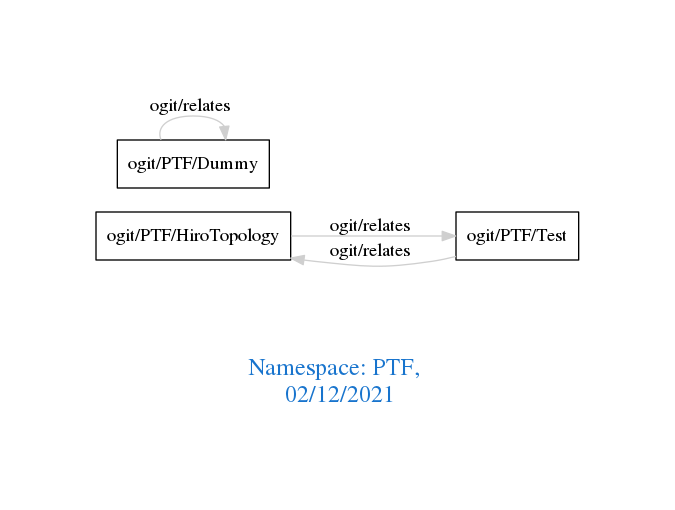
Earlier version of the Graphviz export downloads/PTF.png (arago/OGIT). Its source is kept beside it as downloads/PTF.dot.
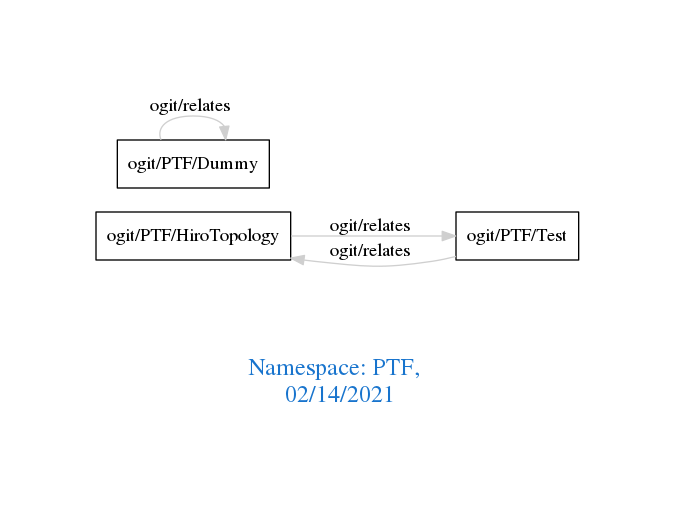
The same file after the commit.

Change to the diagram source:
```diff
@@ -1,7 +1,7 @@
 digraph OGIT_ontology {
  graph [ rankdir= LR,pad=1
 fontsize = 18,
-fontcolor= dodgerblue3,label = "\n\n\nNamespace: PTF, \n 02/12/2021"];
+fontcolor= dodgerblue3,label = "\n\n\nNamespace: PTF, \n 02/14/2021"];
 node[shape=polygon];
 edge [  color="gray81"];
 
```
